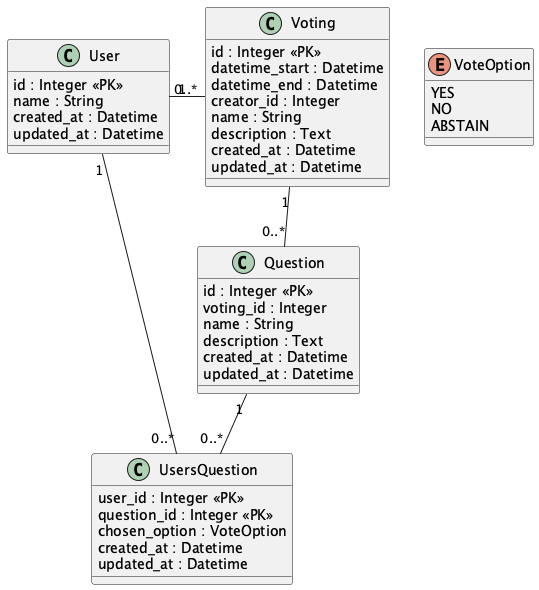
The PlantUML diagram docs/diagrams/Voting System Class Diagram.png in jacky32/slovjani, before a commit.
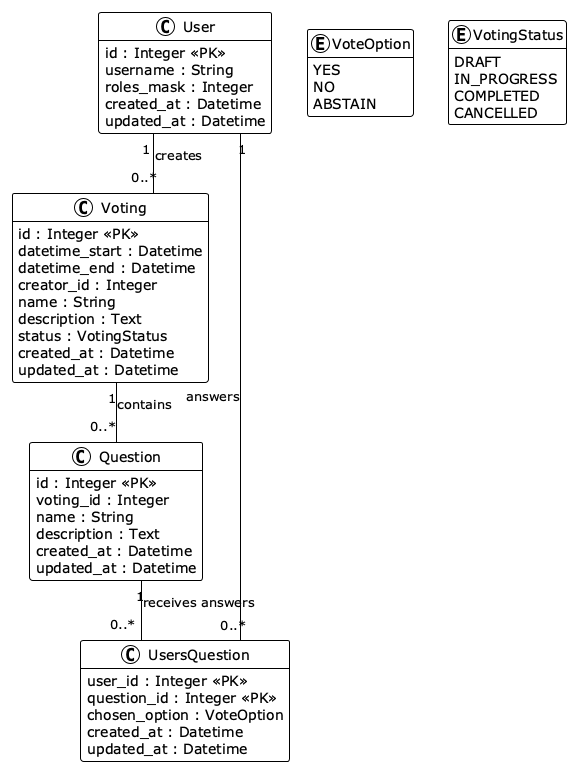
Above is the later version.

The edit, as a diff of the source:
```diff
@@ -1,8 +1,12 @@
 @startuml "Voting System Class Diagram"
+!theme plain
+hide empty members
+skinparam linetype ortho
 
 class User {
   id : Integer <<PK>>
-  name : String
+  username : String
+  roles_mask : Integer
   created_at : Datetime
   updated_at : Datetime
 }
@@ -14,6 +18,7 @@
   creator_id : Integer
   name : String
   description : Text
+  status : VotingStatus
   created_at : Datetime
   updated_at : Datetime
 }
@@ -33,6 +38,13 @@
   ABSTAIN
 }
 
+enum VotingStatus {
+  DRAFT
+  IN_PROGRESS
+  COMPLETED
+  CANCELLED
+}
+
 class UsersQuestion {
   user_id : Integer <<PK>>
   question_id : Integer <<PK>>
@@ -41,9 +53,9 @@
   updated_at : Datetime
 }
 
-Voting "1" -- "0..*" Question
-User "1" -- "0..*" UsersQuestion
-Question "1" -- "0..*" UsersQuestion
-User "1" - "0..*" Voting
+User "1" -- "0..*" Voting : creates
+Voting "1" -- "0..*" Question : contains
+Question "1" -- "0..*" UsersQuestion : receives answers
+User "1" -- "0..*" UsersQuestion : answers
 
 @enduml
```
